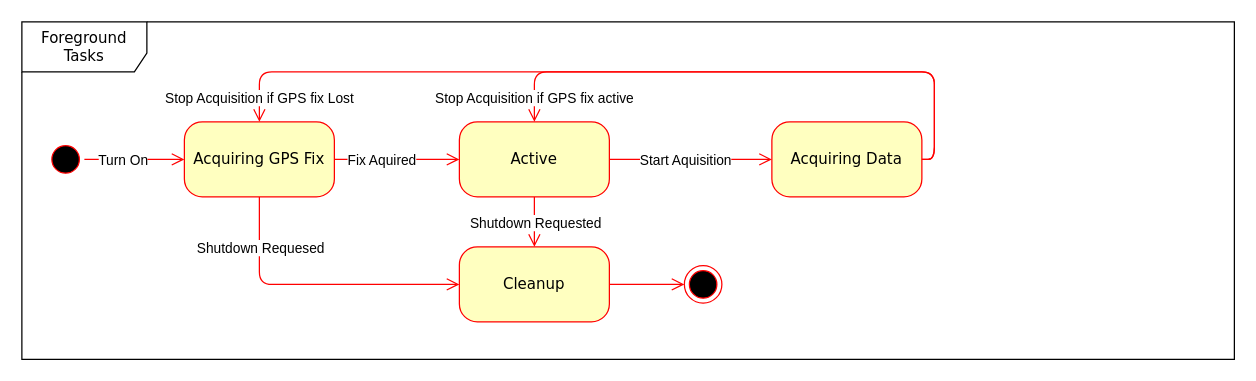
Above: Figures/DrawIO/Untitled Diagram.drawio in Lilypads/PollutionSensor (draw.io), before the change. Source tidied: cells renumbered, new cells numbered last; positions are measured from the earlier drawing's top-left corner, leaving out a move shared by most shapes. Both pictures are drawn from the tidied source at 125%, with x=0, y=0 at pixel (21, 21).
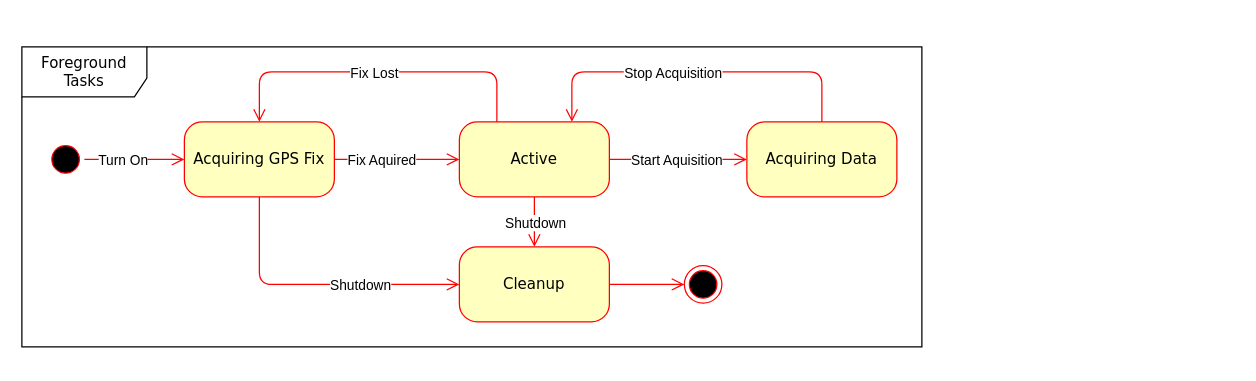
After the change.

Commit message:
Updated Usage Statemachine

The change refers to these unchanged cells:
```xml
<mxCell id="4" value="Acquiring GPS Fix " style="rounded=1;whiteSpace=wrap;html=1;arcSize=24;fillColor=#ffffc0;strokeColor=#ff0000;shadow=0;comic=0;labelBackgroundColor=none;fontFamily=Verdana;fontSize=12;fontColor=#000000;align=center;" parent="1" vertex="1">
  <mxGeometry x="130" y="80" width="120" height="60" as="geometry" />
</mxCell>
<mxCell id="9" value="Active" style="rounded=1;whiteSpace=wrap;html=1;arcSize=24;fillColor=#ffffc0;strokeColor=#ff0000;shadow=0;comic=0;labelBackgroundColor=none;fontFamily=Verdana;fontSize=12;fontColor=#000000;align=center;" parent="1" vertex="1">
  <mxGeometry x="350" y="80" width="120" height="60" as="geometry" />
</mxCell>
<mxCell id="17" style="edgeStyle=orthogonalEdgeStyle;html=1;exitX=0.5;exitY=1;entryX=0;entryY=0.5;labelBackgroundColor=none;endArrow=open;endSize=8;strokeColor=#ff0000;fontFamily=Verdana;fontSize=12;align=left;entryDx=0;entryDy=0;exitDx=0;exitDy=0;" parent="1" edge="1" source="4" target="5">
  <mxGeometry relative="1" as="geometry">
    <Array as="points">
      <mxPoint x="190" y="210" />
    </Array>
  </mxGeometry>
</mxCell>
<mxCell id="20" style="edgeStyle=orthogonalEdgeStyle;html=1;exitX=1;exitY=0.5;entryX=0;entryY=0.5;labelBackgroundColor=none;endArrow=open;endSize=8;strokeColor=#ff0000;fontFamily=Verdana;fontSize=12;align=left;entryDx=0;entryDy=0;exitDx=0;exitDy=0;" parent="1" edge="1" source="5" target="8">
  <mxGeometry relative="1" as="geometry">
    <Array as="points">
      <mxPoint x="520" y="210" />
      <mxPoint x="520" y="210" />
    </Array>
  </mxGeometry>
</mxCell>
```

Change to the diagram source:
```diff
@@
     <mxCell id="2" value="Foreground Tasks" style="shape=umlFrame;whiteSpace=wrap;html=1;rounded=1;shadow=0;comic=0;labelBackgroundColor=none;strokeWidth=1;fontFamily=Verdana;fontSize=12;align=center;width=100;height=40;" parent="1" vertex="1">
-      <mxGeometry width="970" height="270" as="geometry" />
+      <mxGeometry y="20" width="720" height="240" as="geometry" />
     </mxCell>
@@
     <mxCell id="12" value="Acquiring Data" style="rounded=1;whiteSpace=wrap;html=1;arcSize=24;fillColor=#ffffc0;strokeColor=#ff0000;shadow=0;comic=0;labelBackgroundColor=none;fontFamily=Verdana;fontSize=12;fontColor=#000000;align=center;" parent="1" vertex="1">
-      <mxGeometry x="600" y="80" width="120" height="60" as="geometry" />
+      <mxGeometry x="580" y="80" width="120" height="60" as="geometry" />
     </mxCell>
@@
-    <mxCell id="15" style="edgeStyle=orthogonalEdgeStyle;html=1;exitX=1;exitY=0.5;entryX=0.5;entryY=0;labelBackgroundColor=none;endArrow=open;endSize=8;strokeColor=#ff0000;fontFamily=Verdana;fontSize=12;align=left;entryDx=0;entryDy=0;exitDx=0;exitDy=0;" parent="1" edge="1" source="12" target="9">
+    <mxCell id="15" style="edgeStyle=orthogonalEdgeStyle;html=1;exitX=0.5;exitY=0;entryX=0.75;entryY=0;labelBackgroundColor=none;endArrow=open;endSize=8;strokeColor=#ff0000;fontFamily=Verdana;fontSize=12;align=left;entryDx=0;entryDy=0;exitDx=0;exitDy=0;" parent="1" edge="1" source="12" target="9">
       <mxGeometry relative="1" as="geometry">
         <Array as="points">
-          <mxPoint x="730" y="110" />
-          <mxPoint x="730" y="40" />
-          <mxPoint x="410" y="40" />
+          <mxPoint x="640" y="40" />
+          <mxPoint x="440" y="40" />
         </Array>
       </mxGeometry>
     </mxCell>
-    <mxCell id="16" value="Stop Acquisition if GPS fix active " style="edgeLabel;html=1;align=center;verticalAlign=middle;" parent="15" vertex="1">
+    <mxCell id="16" value="Stop Acquisition  " style="edgeLabel;html=1;align=center;verticalAlign=middle;" parent="15" vertex="1">
       <mxGeometry x="-0.32" relative="1" as="geometry">
-        <mxPoint x="-251" y="20" as="offset" />
+        <mxPoint x="-65" as="offset" />
       </mxGeometry>
     </mxCell>
@@
-    <mxCell id="18" value="Shutdown Requesed" style="edgeLabel;html=1;align=center;verticalAlign=middle;" parent="17" vertex="1">
+    <mxCell id="18" value="Shutdown" style="edgeLabel;html=1;align=center;verticalAlign=middle;" parent="17" vertex="1">
       <mxGeometry x="-0.32" relative="1" as="geometry">
-        <mxPoint x="-8" y="-30" as="offset" />
+        <mxPoint x="72" as="offset" />
       </mxGeometry>
     </mxCell>
@@
-    <mxCell id="21" value="Shutdown Requested" style="edgeLabel;html=1;align=center;verticalAlign=middle;" parent="20" vertex="1">
+    <mxCell id="21" value="Shutdown " style="edgeLabel;html=1;align=center;verticalAlign=middle;" parent="20" vertex="1">
       <mxGeometry x="-0.32" relative="1" as="geometry">
         <mxPoint x="-80" y="-50" as="offset" />
       </mxGeometry>
     </mxCell>
-    <mxCell id="22" style="edgeStyle=orthogonalEdgeStyle;html=1;exitX=1;exitY=0.5;entryX=0.5;entryY=0;labelBackgroundColor=none;endArrow=open;endSize=8;strokeColor=#ff0000;fontFamily=Verdana;fontSize=12;align=left;entryDx=0;entryDy=0;exitDx=0;exitDy=0;" parent="1" edge="1" source="12" target="4">
-      <mxGeometry relative="1" as="geometry">
-        <Array as="points">
-          <mxPoint x="730" y="110" />
-          <mxPoint x="730" y="40" />
-          <mxPoint x="190" y="40" />
-        </Array>
-      </mxGeometry>
-    </mxCell>
-    <mxCell id="23" value="Stop Acquisition if GPS fix Lost " style="edgeLabel;html=1;align=center;verticalAlign=middle;" parent="22" vertex="1">
-      <mxGeometry x="-0.32" relative="1" as="geometry">
-        <mxPoint x="-397" y="20" as="offset" />
-      </mxGeometry>
-    </mxCell>
+    <mxCell id="24" style="edgeStyle=orthogonalEdgeStyle;html=1;labelBackgroundColor=none;endArrow=open;endSize=8;strokeColor=#ff0000;fontFamily=Verdana;fontSize=12;align=left;exitX=0.25;exitY=0;exitDx=0;exitDy=0;entryX=0.5;entryY=0;entryDx=0;entryDy=0;" parent="1" edge="1" source="9" target="4">
+      <mxGeometry relative="1" as="geometry">
+        <Array as="points">
+          <mxPoint x="380" y="40" />
+          <mxPoint x="190" y="40" />
+        </Array>
+      </mxGeometry>
+    </mxCell>
+    <mxCell id="25" value="Fix Lost" style="edgeLabel;html=1;align=center;verticalAlign=middle;" parent="24" vertex="1">
+      <mxGeometry x="-0.33" y="1" relative="1" as="geometry">
+        <mxPoint x="-49" y="-1" as="offset" />
+      </mxGeometry>
+    </mxCell>
```
